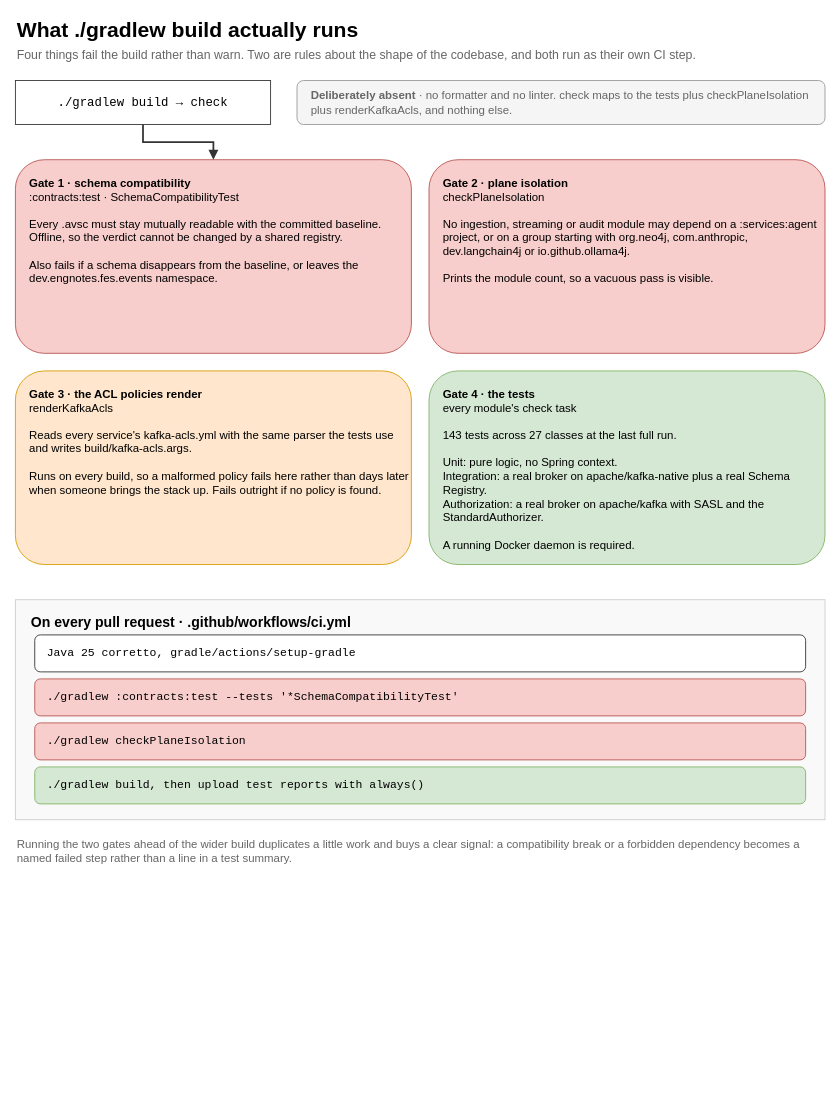
Earlier version of the draw.io diagram guide/docs/diagrams/build-gates.drawio (salgotraja/financial-event-streaming-platform). Source tidied: cells renumbered, new cells numbered last; positions are measured from the earlier drawing's top-left corner, leaving out a move shared by most shapes. Both pictures are drawn from the tidied source at 88%, with x=0, y=0 at pixel (15, 15).
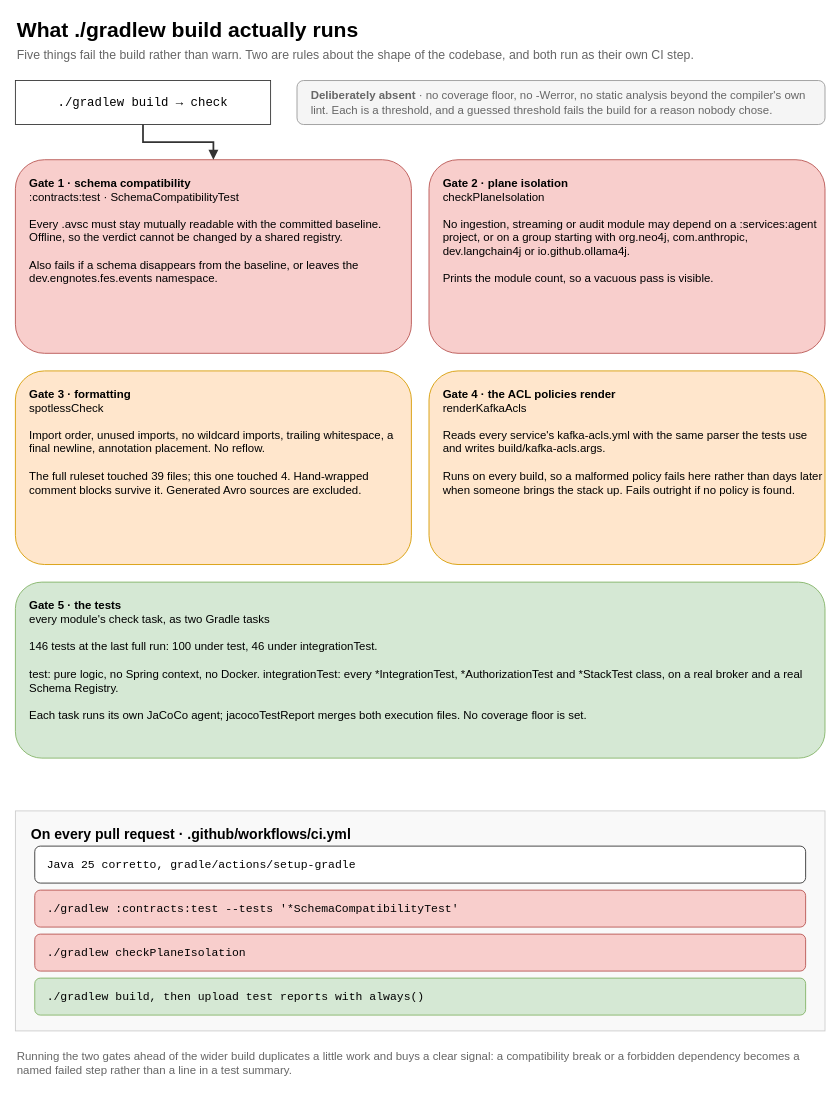
The same diagram, later.

The edit, as a diff of the source:
```diff
@@
 <mxGraphModel>
   <root>
     <mxCell id="0" />
     <mxCell id="1" parent="0" />
     <mxCell id="2" value="What ./gradlew build actually runs" style="text;html=1;whiteSpace=wrap;strokeColor=none;fillColor=none;align=left;verticalAlign=middle;fontSize=24;fontStyle=1;" parent="1" vertex="1">
       <mxGeometry width="920" height="34" as="geometry" />
     </mxCell>
-    <mxCell id="3" value="Four things fail the build rather than warn. Two are rules about the shape of the codebase, and both run as their own CI step." style="text;html=1;whiteSpace=wrap;strokeColor=none;fillColor=none;align=left;verticalAlign=middle;fontSize=14;fontColor=#666666;" parent="1" vertex="1">
+    <mxCell id="3" value="Five things fail the build rather than warn. Two are rules about the shape of the codebase, and both run as their own CI step." style="text;html=1;whiteSpace=wrap;strokeColor=none;fillColor=none;align=left;verticalAlign=middle;fontSize=14;fontColor=#666666;" parent="1" vertex="1">
       <mxGeometry y="34" width="920" height="22" as="geometry" />
     </mxCell>
     <mxCell id="4" value="./gradlew build → check" style="rounded=0;whiteSpace=wrap;html=1;fillColor=#ffffff;strokeColor=#333333;fontSize=14;fontFamily=Courier New;verticalAlign=middle;" parent="1" vertex="1">
       <mxGeometry y="74" width="290" height="50" as="geometry" />
     </mxCell>
-    <mxCell id="5" value="&lt;b&gt;Deliberately absent&lt;/b&gt; · no formatter and no linter. check maps to the tests plus checkPlaneIsolation plus renderKafkaAcls, and nothing else." style="rounded=1;whiteSpace=wrap;html=1;fillColor=#f5f5f5;strokeColor=#999999;fontColor=#666666;fontSize=13;align=left;spacingLeft=14;verticalAlign=middle;" parent="1" vertex="1">
+    <mxCell id="5" value="&lt;b&gt;Deliberately absent&lt;/b&gt; · no coverage floor, no -Werror, no static analysis beyond the compiler's own lint. Each is a threshold, and a guessed threshold fails the build for a reason nobody chose." style="rounded=1;whiteSpace=wrap;html=1;fillColor=#f5f5f5;strokeColor=#999999;fontColor=#666666;fontSize=13;align=left;spacingLeft=14;verticalAlign=middle;" parent="1" vertex="1">
       <mxGeometry x="320" y="74" width="600" height="50" as="geometry" />
     </mxCell>
     <mxCell id="6" value="&lt;b&gt;Gate 1 · schema compatibility&lt;/b&gt;&lt;br&gt;:contracts:test · SchemaCompatibilityTest&lt;br&gt;&lt;br&gt;Every .avsc must stay mutually readable with the committed baseline. Offline, so the verdict cannot be changed by a shared registry.&lt;br&gt;&lt;br&gt;Also fails if a schema disappears from the baseline, or leaves the dev.engnotes.fes.events namespace." style="rounded=1;whiteSpace=wrap;html=1;fillColor=#f8cecc;strokeColor=#b85450;fontSize=13;align=left;spacingLeft=14;verticalAlign=top;spacingTop=12;" parent="1" vertex="1">
       <mxGeometry y="164" width="450" height="220" as="geometry" />
     </mxCell>
     <mxCell id="7" value="&lt;b&gt;Gate 2 · plane isolation&lt;/b&gt;&lt;br&gt;checkPlaneIsolation&lt;br&gt;&lt;br&gt;No ingestion, streaming or audit module may depend on a :services:agent project, or on a group starting with org.neo4j, com.anthropic, dev.langchain4j or io.github.ollama4j.&lt;br&gt;&lt;br&gt;Prints the module count, so a vacuous pass is visible." style="rounded=1;whiteSpace=wrap;html=1;fillColor=#f8cecc;strokeColor=#b85450;fontSize=13;align=left;spacingLeft=14;verticalAlign=top;spacingTop=12;" parent="1" vertex="1">
       <mxGeometry x="470" y="164" width="450" height="220" as="geometry" />
     </mxCell>
-    <mxCell id="8" value="&lt;b&gt;Gate 3 · the ACL policies render&lt;/b&gt;&lt;br&gt;renderKafkaAcls&lt;br&gt;&lt;br&gt;Reads every service's kafka-acls.yml with the same parser the tests use and writes build/kafka-acls.args.&lt;br&gt;&lt;br&gt;Runs on every build, so a malformed policy fails here rather than days later when someone brings the stack up. Fails outright if no policy is found." style="rounded=1;whiteSpace=wrap;html=1;fillColor=#ffe6cc;strokeColor=#d79b00;fontSize=13;align=left;spacingLeft=14;verticalAlign=top;spacingTop=12;" parent="1" vertex="1">
+    <mxCell id="8" value="&lt;b&gt;Gate 3 · formatting&lt;/b&gt;&lt;br&gt;spotlessCheck&lt;br&gt;&lt;br&gt;Import order, unused imports, no wildcard imports, trailing whitespace, a final newline, annotation placement. No reflow.&lt;br&gt;&lt;br&gt;The full ruleset touched 39 files; this one touched 4. Hand-wrapped comment blocks survive it. Generated Avro sources are excluded." style="rounded=1;whiteSpace=wrap;html=1;fillColor=#ffe6cc;strokeColor=#d79b00;fontSize=13;align=left;spacingLeft=14;verticalAlign=top;spacingTop=12;" parent="1" vertex="1">
       <mxGeometry y="404" width="450" height="220" as="geometry" />
     </mxCell>
-    <mxCell id="9" value="&lt;b&gt;Gate 4 · the tests&lt;/b&gt;&lt;br&gt;every module's check task&lt;br&gt;&lt;br&gt;143 tests across 27 classes at the last full run.&lt;br&gt;&lt;br&gt;Unit: pure logic, no Spring context.&lt;br&gt;Integration: a real broker on apache/kafka-native plus a real Schema Registry.&lt;br&gt;Authorization: a real broker on apache/kafka with SASL and the StandardAuthorizer.&lt;br&gt;&lt;br&gt;A running Docker daemon is required." style="rounded=1;whiteSpace=wrap;html=1;fillColor=#d5e8d4;strokeColor=#82b366;fontSize=13;align=left;spacingLeft=14;verticalAlign=top;spacingTop=12;" parent="1" vertex="1">
+    <mxCell id="9" value="&lt;b&gt;Gate 4 · the ACL policies render&lt;/b&gt;&lt;br&gt;renderKafkaAcls&lt;br&gt;&lt;br&gt;Reads every service's kafka-acls.yml with the same parser the tests use and writes build/kafka-acls.args.&lt;br&gt;&lt;br&gt;Runs on every build, so a malformed policy fails here rather than days later when someone brings the stack up. Fails outright if no policy is found." style="rounded=1;whiteSpace=wrap;html=1;fillColor=#ffe6cc;strokeColor=#d79b00;fontSize=13;align=left;spacingLeft=14;verticalAlign=top;spacingTop=12;" parent="1" vertex="1">
       <mxGeometry x="470" y="404" width="450" height="220" as="geometry" />
     </mxCell>
+    <mxCell id="17" value="&lt;b&gt;Gate 5 · the tests&lt;/b&gt;&lt;br&gt;every module's check task, as two Gradle tasks&lt;br&gt;&lt;br&gt;146 tests at the last full run: 100 under test, 46 under integrationTest.&lt;br&gt;&lt;br&gt;test: pure logic, no Spring context, no Docker. integrationTest: every *IntegrationTest, *AuthorizationTest and *StackTest class, on a real broker and a real Schema Registry.&lt;br&gt;&lt;br&gt;Each task runs its own JaCoCo agent; jacocoTestReport merges both execution files. No coverage floor is set." style="rounded=1;whiteSpace=wrap;html=1;fillColor=#d5e8d4;strokeColor=#82b366;fontSize=13;align=left;spacingLeft=14;verticalAlign=top;spacingTop=12;" parent="1" vertex="1">
+      <mxGeometry y="644" width="920" height="200" as="geometry" />
+    </mxCell>
     <mxCell id="10" style="edgeStyle=orthogonalEdgeStyle;rounded=0;html=1;strokeColor=#333333;endArrow=block;strokeWidth=2;" parent="1" edge="1" source="4" target="6">
       <mxGeometry relative="1" as="geometry" />
     </mxCell>
     <mxCell id="11" value="On every pull request · .github/workflows/ci.yml" style="rounded=0;whiteSpace=wrap;html=1;fillColor=#f9f9f9;strokeColor=#cccccc;verticalAlign=top;align=left;spacingLeft=16;spacingTop=10;fontSize=16;fontStyle=1;" parent="1" vertex="1">
-      <mxGeometry y="664" width="920" height="250" as="geometry" />
+      <mxGeometry y="904" width="920" height="250" as="geometry" />
     </mxCell>
     <mxCell id="12" value="Java 25 corretto, gradle/actions/setup-gradle" style="rounded=1;whiteSpace=wrap;html=1;fillColor=#ffffff;strokeColor=#333333;fontSize=13;fontFamily=Courier New;align=left;spacingLeft=12;verticalAlign=middle;" parent="1" vertex="1">
-      <mxGeometry x="22" y="704" width="876" height="42" as="geometry" />
+      <mxGeometry x="22" y="944" width="876" height="42" as="geometry" />
     </mxCell>
     <mxCell id="13" value="./gradlew :contracts:test --tests '*SchemaCompatibilityTest'" style="rounded=1;whiteSpace=wrap;html=1;fillColor=#f8cecc;strokeColor=#b85450;fontSize=13;fontFamily=Courier New;align=left;spacingLeft=12;verticalAlign=middle;" parent="1" vertex="1">
-      <mxGeometry x="22" y="754" width="876" height="42" as="geometry" />
+      <mxGeometry x="22" y="994" width="876" height="42" as="geometry" />
     </mxCell>
     <mxCell id="14" value="./gradlew checkPlaneIsolation" style="rounded=1;whiteSpace=wrap;html=1;fillColor=#f8cecc;strokeColor=#b85450;fontSize=13;fontFamily=Courier New;align=left;spacingLeft=12;verticalAlign=middle;" parent="1" vertex="1">
-      <mxGeometry x="22" y="804" width="876" height="42" as="geometry" />
+      <mxGeometry x="22" y="1044" width="876" height="42" as="geometry" />
     </mxCell>
     <mxCell id="15" value="./gradlew build, then upload test reports with always()" style="rounded=1;whiteSpace=wrap;html=1;fillColor=#d5e8d4;strokeColor=#82b366;fontSize=13;fontFamily=Courier New;align=left;spacingLeft=12;verticalAlign=middle;" parent="1" vertex="1">
-      <mxGeometry x="22" y="854" width="876" height="42" as="geometry" />
+      <mxGeometry x="22" y="1094" width="876" height="42" as="geometry" />
     </mxCell>
     <mxCell id="16" value="Running the two gates ahead of the wider build duplicates a little work and buys a clear signal: a compatibility break or a forbidden dependency becomes a named failed step rather than a line in a test summary." style="text;html=1;whiteSpace=wrap;strokeColor=none;fillColor=none;align=left;verticalAlign=top;fontSize=13;fontColor=#666666;" parent="1" vertex="1">
-      <mxGeometry y="928" width="920" height="60" as="geometry" />
+      <mxGeometry y="1168" width="920" height="60" as="geometry" />
     </mxCell>
   </root>
 </mxGraphModel>
```
